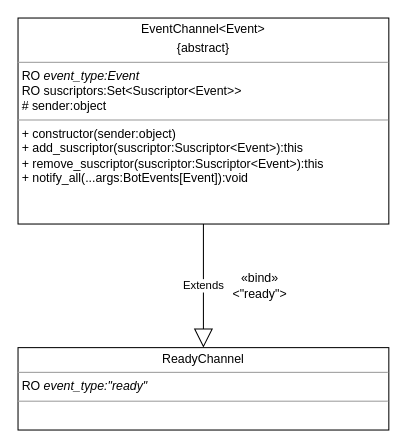
Above: page "EventChannel" (1 of 5) of xfaztbot2.drawio in EnzoDiazDev/diagram (draw.io), before the change. Source tidied: cells renumbered, new cells numbered last; positions are measured from the earlier drawing's top-left corner, leaving out a move shared by most shapes. Both pictures are drawn from the tidied source at 103%, with x=0, y=0 at pixel (18, 18).
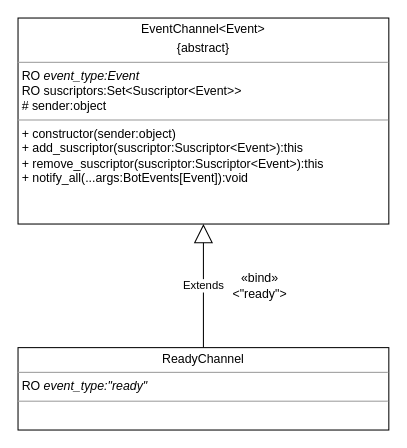
The same page after the edit.

The edit, as a diff of the source:
```diff
@@
 <mxGraphModel>
   <root>
     <mxCell id="0" />
     <mxCell id="1" parent="0" />
     <mxCell id="2" value="&lt;p style=&quot;margin: 0px ; margin-top: 4px ; text-align: center&quot;&gt;EventChannel&amp;lt;Event&amp;gt;&lt;/p&gt;&lt;p style=&quot;margin: 0px ; margin-top: 4px ; text-align: center&quot;&gt;{abstract}&lt;br&gt;&lt;/p&gt;&lt;hr size=&quot;1&quot;&gt;&lt;p style=&quot;margin: 0px ; margin-left: 4px&quot;&gt;RO &lt;i&gt;event_type:Event&lt;/i&gt;&lt;/p&gt;&lt;p style=&quot;margin: 0px ; margin-left: 4px&quot;&gt;RO suscriptors:Set&amp;lt;Suscriptor&amp;lt;Event&amp;gt;&amp;gt;&lt;i&gt; &lt;br&gt;&lt;/i&gt;&lt;/p&gt;&lt;p style=&quot;margin: 0px ; margin-left: 4px&quot;&gt;# sender:object &lt;br&gt;&lt;/p&gt;&lt;hr size=&quot;1&quot;&gt;&lt;p style=&quot;margin: 0px ; margin-left: 4px&quot;&gt;+ constructor(sender:object)&lt;/p&gt;&lt;p style=&quot;margin: 0px ; margin-left: 4px&quot;&gt;+ add_suscriptor(suscriptor:Suscriptor&amp;lt;Event&amp;gt;):this&lt;/p&gt;&lt;p style=&quot;margin: 0px ; margin-left: 4px&quot;&gt;+ remove_suscriptor(suscriptor:Suscriptor&amp;lt;Event&amp;gt;):this&lt;/p&gt;&lt;p style=&quot;margin: 0px ; margin-left: 4px&quot;&gt;+ notify_all(...args:BotEvents[Event]):void&lt;br&gt;&lt;/p&gt;" style="verticalAlign=top;align=left;overflow=fill;fontSize=12;fontFamily=Helvetica;html=1;" parent="1" vertex="1">
       <mxGeometry width="360" height="200" as="geometry" />
     </mxCell>
-    <mxCell id="3" value="Extends" style="endArrow=block;endSize=16;endFill=0;html=1;exitX=0.5;exitY=1;exitDx=0;exitDy=0;entryX=0.5;entryY=0;entryDx=0;entryDy=0;" parent="1" edge="1" source="2" target="4">
+    <mxCell id="3" value="Extends" style="endArrow=block;endSize=16;endFill=0;html=1;entryX=0.5;entryY=1;entryDx=0;entryDy=0;exitX=0.5;exitY=0;exitDx=0;exitDy=0;" parent="1" edge="1" source="4" target="2">
       <mxGeometry relative="1" as="geometry" />
     </mxCell>
     <mxCell id="4" value="&lt;p style=&quot;margin: 0px ; margin-top: 4px ; text-align: center&quot;&gt;ReadyChannel&lt;/p&gt;&lt;hr size=&quot;1&quot;&gt;&lt;p style=&quot;margin: 0px ; margin-left: 4px&quot;&gt;RO &lt;i&gt;event_type:&quot;ready&quot;&lt;/i&gt; &lt;br&gt;&lt;/p&gt;&lt;hr size=&quot;1&quot;&gt;&lt;p style=&quot;margin: 0px ; margin-left: 4px&quot;&gt;&lt;br&gt;&lt;/p&gt;" style="verticalAlign=top;align=left;overflow=fill;fontSize=12;fontFamily=Helvetica;html=1;" parent="1" vertex="1">
       <mxGeometry y="320" width="360" height="80" as="geometry" />
     </mxCell>
     <mxCell id="5" value="&lt;div&gt;«bind»&lt;/div&gt;&lt;div&gt;&amp;lt;&quot;ready&quot;&amp;gt;&lt;br&gt;&lt;/div&gt;" style="text;html=1;strokeColor=none;fillColor=none;align=center;verticalAlign=middle;whiteSpace=wrap;rounded=0;" parent="1" vertex="1">
       <mxGeometry x="200" y="250" width="70" height="20" as="geometry" />
     </mxCell>
   </root>
 </mxGraphModel>
```
